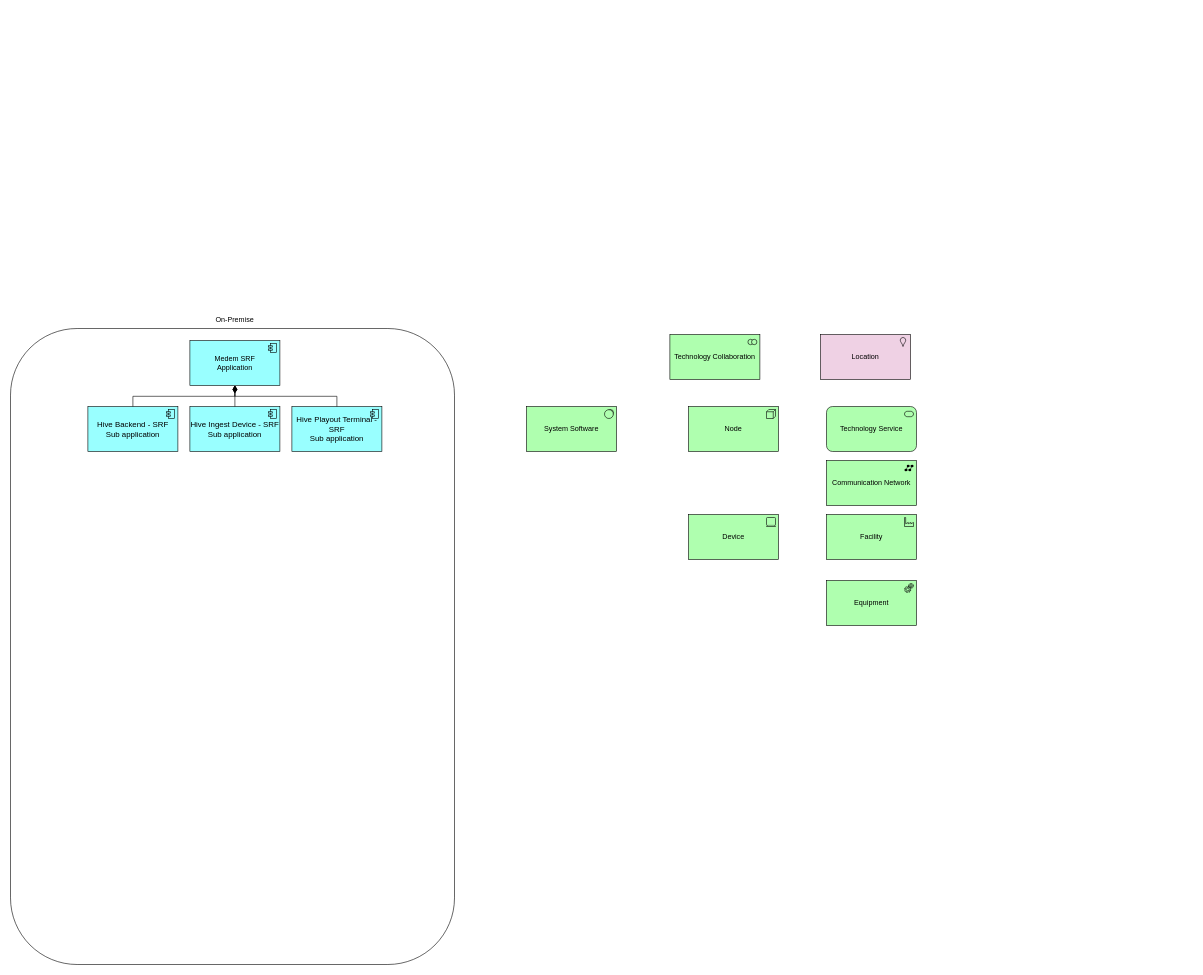
The draw.io diagram archimate-platform.drawio in claudio-walser/draw.io, before the edit. Source tidied: cells renumbered, new cells numbered last; positions are measured from the earlier drawing's top-left corner, leaving out a move shared by most shapes. Both pictures are drawn from the tidied source at 60%, with x=0, y=0 at pixel (10, 310).
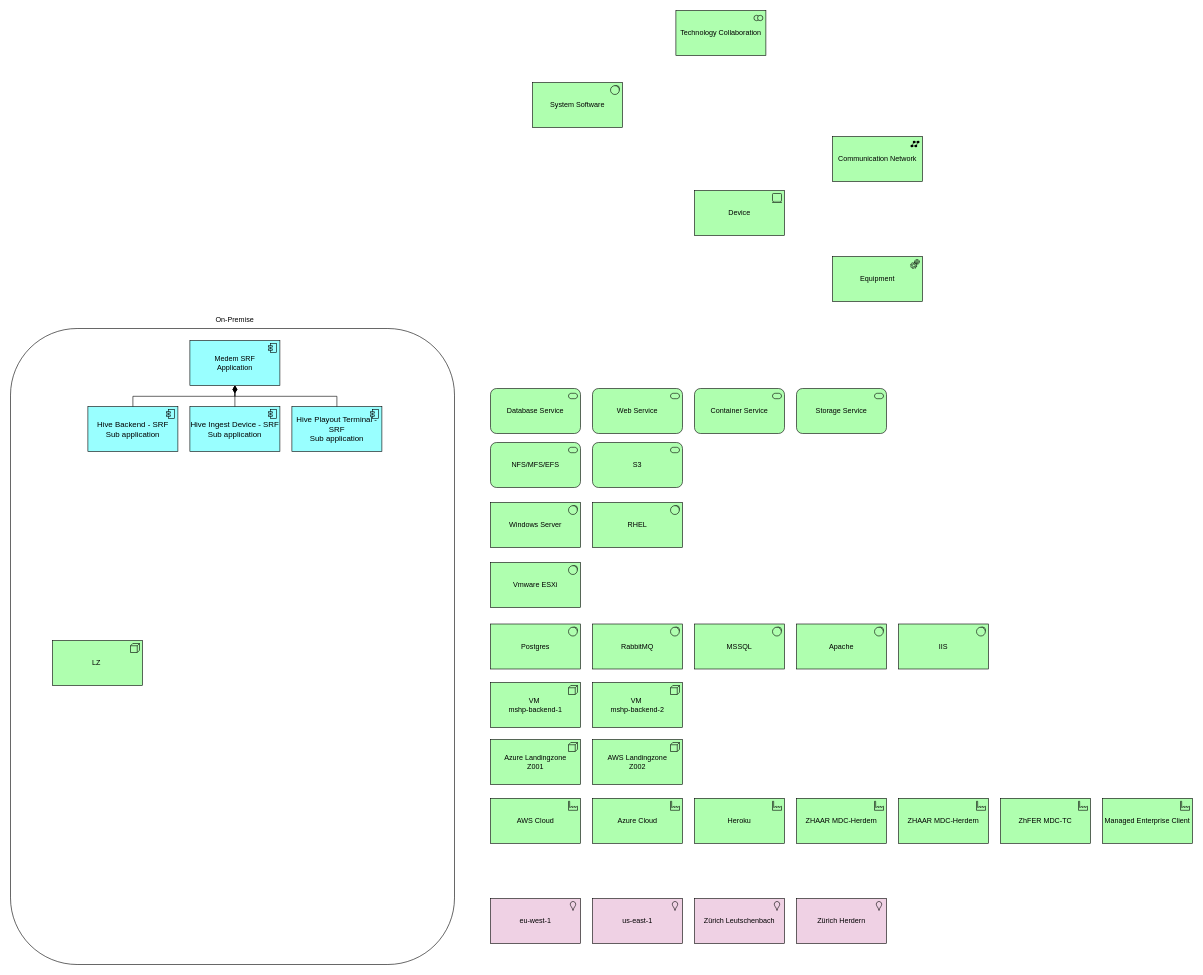
After the change.

Diff of the diagram source:
```diff
@@
-    <mxCell id="11" value="Node" style="html=1;whiteSpace=wrap;fillColor=#AFFFAF;shape=mxgraph.archimate3.application;appType=node;archiType=square;" parent="1" vertex="1">
-      <mxGeometry x="1130" y="160" width="150" height="75" as="geometry" />
+    <mxCell id="11" value="LZ&amp;nbsp;" style="html=1;whiteSpace=wrap;fillColor=#AFFFAF;shape=mxgraph.archimate3.application;appType=node;archiType=square;" parent="1" vertex="1">
+      <mxGeometry x="70" y="550" width="150" height="75" as="geometry" />
     </mxCell>
     <mxCell id="12" value="Device" style="html=1;whiteSpace=wrap;fillColor=#AFFFAF;shape=mxgraph.archimate3.application;appType=device;" parent="1" vertex="1">
-      <mxGeometry x="1130" y="340" width="150" height="75" as="geometry" />
+      <mxGeometry x="1140" y="-200" width="150" height="75" as="geometry" />
     </mxCell>
     <mxCell id="13" value="System Software" style="html=1;whiteSpace=wrap;fillColor=#AFFFAF;shape=mxgraph.archimate3.application;appType=sysSw;archiType=square;" parent="1" vertex="1">
-      <mxGeometry x="860" y="160" width="150" height="75" as="geometry" />
+      <mxGeometry x="870" y="-380" width="150" height="75" as="geometry" />
     </mxCell>
-    <mxCell id="14" value="Technology Service" style="html=1;whiteSpace=wrap;fillColor=#AFFFAF;shape=mxgraph.archimate3.application;appType=serv;archiType=rounded;" parent="1" vertex="1">
-      <mxGeometry x="1360" y="160" width="150" height="75" as="geometry" />
+    <mxCell id="14" value="Database Service" style="html=1;whiteSpace=wrap;fillColor=#AFFFAF;shape=mxgraph.archimate3.application;appType=serv;archiType=rounded;" parent="1" vertex="1">
+      <mxGeometry x="800" y="130" width="150" height="75" as="geometry" />
     </mxCell>
-    <mxCell id="15" value="Facility" style="html=1;whiteSpace=wrap;fillColor=#AFFFAF;shape=mxgraph.archimate3.application;appType=facility;archiType=square;" parent="1" vertex="1">
-      <mxGeometry x="1360" y="340" width="150" height="75" as="geometry" />
+    <mxCell id="15" value="AWS Cloud" style="html=1;whiteSpace=wrap;fillColor=#AFFFAF;shape=mxgraph.archimate3.application;appType=facility;archiType=square;" parent="1" vertex="1">
+      <mxGeometry x="800" y="813" width="150" height="75" as="geometry" />
     </mxCell>
     <mxCell id="16" value="Equipment" style="html=1;whiteSpace=wrap;fillColor=#AFFFAF;shape=mxgraph.archimate3.application;appType=equipment;archiType=square;" parent="1" vertex="1">
-      <mxGeometry x="1360" y="450" width="150" height="75" as="geometry" />
+      <mxGeometry x="1370" y="-90" width="150" height="75" as="geometry" />
     </mxCell>
     <mxCell id="17" value="Communication Network" style="html=1;whiteSpace=wrap;fillColor=#AFFFAF;shape=mxgraph.archimate3.application;appType=netw;archiType=square;" parent="1" vertex="1">
-      <mxGeometry x="1360" y="250" width="150" height="75" as="geometry" />
+      <mxGeometry x="1370" y="-290" width="150" height="75" as="geometry" />
     </mxCell>
     <mxCell id="18" value="Technology Collaboration" style="html=1;whiteSpace=wrap;fillColor=#AFFFAF;shape=mxgraph.archimate3.application;appType=collab;archiType=square;" parent="1" vertex="1">
-      <mxGeometry x="1099" y="40" width="150" height="75" as="geometry" />
+      <mxGeometry x="1109" y="-500" width="150" height="75" as="geometry" />
     </mxCell>
-    <mxCell id="19" value="Location" style="html=1;whiteSpace=wrap;shape=mxgraph.archimate3.application;appType=location;archiType=square;fillColor=#efd1e4;" parent="1" vertex="1">
-      <mxGeometry x="1350" y="40" width="150" height="75" as="geometry" />
+    <mxCell id="19" value="eu-west-1" style="html=1;whiteSpace=wrap;shape=mxgraph.archimate3.application;appType=location;archiType=square;fillColor=#efd1e4;" parent="1" vertex="1">
+      <mxGeometry x="800" y="980" width="150" height="75" as="geometry" />
     </mxCell>
+    <mxCell id="20" value="Azure Cloud" style="html=1;whiteSpace=wrap;fillColor=#AFFFAF;shape=mxgraph.archimate3.application;appType=facility;archiType=square;" parent="1" vertex="1">
+      <mxGeometry x="970" y="813" width="150" height="75" as="geometry" />
+    </mxCell>
+    <mxCell id="21" value="Heroku" style="html=1;whiteSpace=wrap;fillColor=#AFFFAF;shape=mxgraph.archimate3.application;appType=facility;archiType=square;" parent="1" vertex="1">
+      <mxGeometry x="1140" y="813" width="150" height="75" as="geometry" />
+    </mxCell>
+    <mxCell id="22" value="ZHAAR MDC-Herdern" style="html=1;whiteSpace=wrap;fillColor=#AFFFAF;shape=mxgraph.archimate3.application;appType=facility;archiType=square;" parent="1" vertex="1">
+      <mxGeometry x="1310" y="813" width="150" height="75" as="geometry" />
+    </mxCell>
+    <mxCell id="23" value="ZHAAR MDC-Herdern" style="html=1;whiteSpace=wrap;fillColor=#AFFFAF;shape=mxgraph.archimate3.application;appType=facility;archiType=square;" parent="1" vertex="1">
+      <mxGeometry x="1480" y="813" width="150" height="75" as="geometry" />
+    </mxCell>
+    <mxCell id="24" value="ZhFER MDC-TC" style="html=1;whiteSpace=wrap;fillColor=#AFFFAF;shape=mxgraph.archimate3.application;appType=facility;archiType=square;" parent="1" vertex="1">
+      <mxGeometry x="1650" y="813" width="150" height="75" as="geometry" />
+    </mxCell>
+    <mxCell id="25" value="Managed Enterprise Client" style="html=1;whiteSpace=wrap;fillColor=#AFFFAF;shape=mxgraph.archimate3.application;appType=facility;archiType=square;" parent="1" vertex="1">
+      <mxGeometry x="1820" y="813" width="150" height="75" as="geometry" />
+    </mxCell>
+    <mxCell id="26" value="Zürich Leutschenbach" style="html=1;whiteSpace=wrap;shape=mxgraph.archimate3.application;appType=location;archiType=square;fillColor=#efd1e4;" parent="1" vertex="1">
+      <mxGeometry x="1140" y="980" width="150" height="75" as="geometry" />
+    </mxCell>
+    <mxCell id="27" value="Zürich Herdern" style="html=1;whiteSpace=wrap;shape=mxgraph.archimate3.application;appType=location;archiType=square;fillColor=#efd1e4;" parent="1" vertex="1">
+      <mxGeometry x="1310" y="980" width="150" height="75" as="geometry" />
+    </mxCell>
+    <mxCell id="28" value="us-east-1" style="html=1;whiteSpace=wrap;shape=mxgraph.archimate3.application;appType=location;archiType=square;fillColor=#efd1e4;" parent="1" vertex="1">
+      <mxGeometry x="970" y="980" width="150" height="75" as="geometry" />
+    </mxCell>
+    <mxCell id="29" value="Azure Landingzone&lt;div&gt;Z001&lt;/div&gt;" style="html=1;whiteSpace=wrap;fillColor=#AFFFAF;shape=mxgraph.archimate3.application;appType=node;archiType=square;" parent="1" vertex="1">
+      <mxGeometry x="800" y="715" width="150" height="75" as="geometry" />
+    </mxCell>
+    <mxCell id="30" value="AWS Landingzone&lt;div&gt;Z002&lt;/div&gt;" style="html=1;whiteSpace=wrap;fillColor=#AFFFAF;shape=mxgraph.archimate3.application;appType=node;archiType=square;" parent="1" vertex="1">
+      <mxGeometry x="970" y="715" width="150" height="75" as="geometry" />
+    </mxCell>
+    <mxCell id="31" value="VM&amp;nbsp;&lt;div&gt;mshp-backend-2&lt;/div&gt;" style="html=1;whiteSpace=wrap;fillColor=#AFFFAF;shape=mxgraph.archimate3.application;appType=node;archiType=square;" parent="1" vertex="1">
+      <mxGeometry x="970" y="620" width="150" height="75" as="geometry" />
+    </mxCell>
+    <mxCell id="32" value="VM&amp;nbsp;&lt;div&gt;mshp-backend-1&lt;/div&gt;" style="html=1;whiteSpace=wrap;fillColor=#AFFFAF;shape=mxgraph.archimate3.application;appType=node;archiType=square;" parent="1" vertex="1">
+      <mxGeometry x="800" y="620" width="150" height="75" as="geometry" />
+    </mxCell>
+    <mxCell id="33" value="Postgres" style="html=1;whiteSpace=wrap;fillColor=#AFFFAF;shape=mxgraph.archimate3.application;appType=sysSw;archiType=square;" parent="1" vertex="1">
+      <mxGeometry x="800" y="522.5" width="150" height="75" as="geometry" />
+    </mxCell>
+    <mxCell id="34" value="RabbitMQ" style="html=1;whiteSpace=wrap;fillColor=#AFFFAF;shape=mxgraph.archimate3.application;appType=sysSw;archiType=square;" parent="1" vertex="1">
+      <mxGeometry x="970" y="522.5" width="150" height="75" as="geometry" />
+    </mxCell>
+    <mxCell id="35" value="MSSQL" style="html=1;whiteSpace=wrap;fillColor=#AFFFAF;shape=mxgraph.archimate3.application;appType=sysSw;archiType=square;" parent="1" vertex="1">
+      <mxGeometry x="1140" y="522.5" width="150" height="75" as="geometry" />
+    </mxCell>
+    <mxCell id="36" value="Apache" style="html=1;whiteSpace=wrap;fillColor=#AFFFAF;shape=mxgraph.archimate3.application;appType=sysSw;archiType=square;" parent="1" vertex="1">
+      <mxGeometry x="1310" y="522.5" width="150" height="75" as="geometry" />
+    </mxCell>
+    <mxCell id="37" value="IIS" style="html=1;whiteSpace=wrap;fillColor=#AFFFAF;shape=mxgraph.archimate3.application;appType=sysSw;archiType=square;" parent="1" vertex="1">
+      <mxGeometry x="1480" y="522.5" width="150" height="75" as="geometry" />
+    </mxCell>
+    <mxCell id="38" value="Windows Server" style="html=1;whiteSpace=wrap;fillColor=#AFFFAF;shape=mxgraph.archimate3.application;appType=sysSw;archiType=square;" parent="1" vertex="1">
+      <mxGeometry x="800" y="320" width="150" height="75" as="geometry" />
+    </mxCell>
+    <mxCell id="39" value="RHEL" style="html=1;whiteSpace=wrap;fillColor=#AFFFAF;shape=mxgraph.archimate3.application;appType=sysSw;archiType=square;" parent="1" vertex="1">
+      <mxGeometry x="970" y="320" width="150" height="75" as="geometry" />
+    </mxCell>
+    <mxCell id="40" value="Vmware ESXi" style="html=1;whiteSpace=wrap;fillColor=#AFFFAF;shape=mxgraph.archimate3.application;appType=sysSw;archiType=square;" parent="1" vertex="1">
+      <mxGeometry x="800" y="420" width="150" height="75" as="geometry" />
+    </mxCell>
+    <mxCell id="41" value="Web Service" style="html=1;whiteSpace=wrap;fillColor=#AFFFAF;shape=mxgraph.archimate3.application;appType=serv;archiType=rounded;" parent="1" vertex="1">
+      <mxGeometry x="970" y="130" width="150" height="75" as="geometry" />
+    </mxCell>
+    <mxCell id="42" value="Container Service" style="html=1;whiteSpace=wrap;fillColor=#AFFFAF;shape=mxgraph.archimate3.application;appType=serv;archiType=rounded;" parent="1" vertex="1">
+      <mxGeometry x="1140" y="130" width="150" height="75" as="geometry" />
+    </mxCell>
+    <mxCell id="43" value="Storage Service" style="html=1;whiteSpace=wrap;fillColor=#AFFFAF;shape=mxgraph.archimate3.application;appType=serv;archiType=rounded;" parent="1" vertex="1">
+      <mxGeometry x="1310" y="130" width="150" height="75" as="geometry" />
+    </mxCell>
+    <mxCell id="44" value="NFS/MFS/EFS" style="html=1;whiteSpace=wrap;fillColor=#AFFFAF;shape=mxgraph.archimate3.application;appType=serv;archiType=rounded;" parent="1" vertex="1">
+      <mxGeometry x="800" y="220" width="150" height="75" as="geometry" />
+    </mxCell>
+    <mxCell id="45" value="S3" style="html=1;whiteSpace=wrap;fillColor=#AFFFAF;shape=mxgraph.archimate3.application;appType=serv;archiType=rounded;" parent="1" vertex="1">
+      <mxGeometry x="970" y="220" width="150" height="75" as="geometry" />
+    </mxCell>
```
